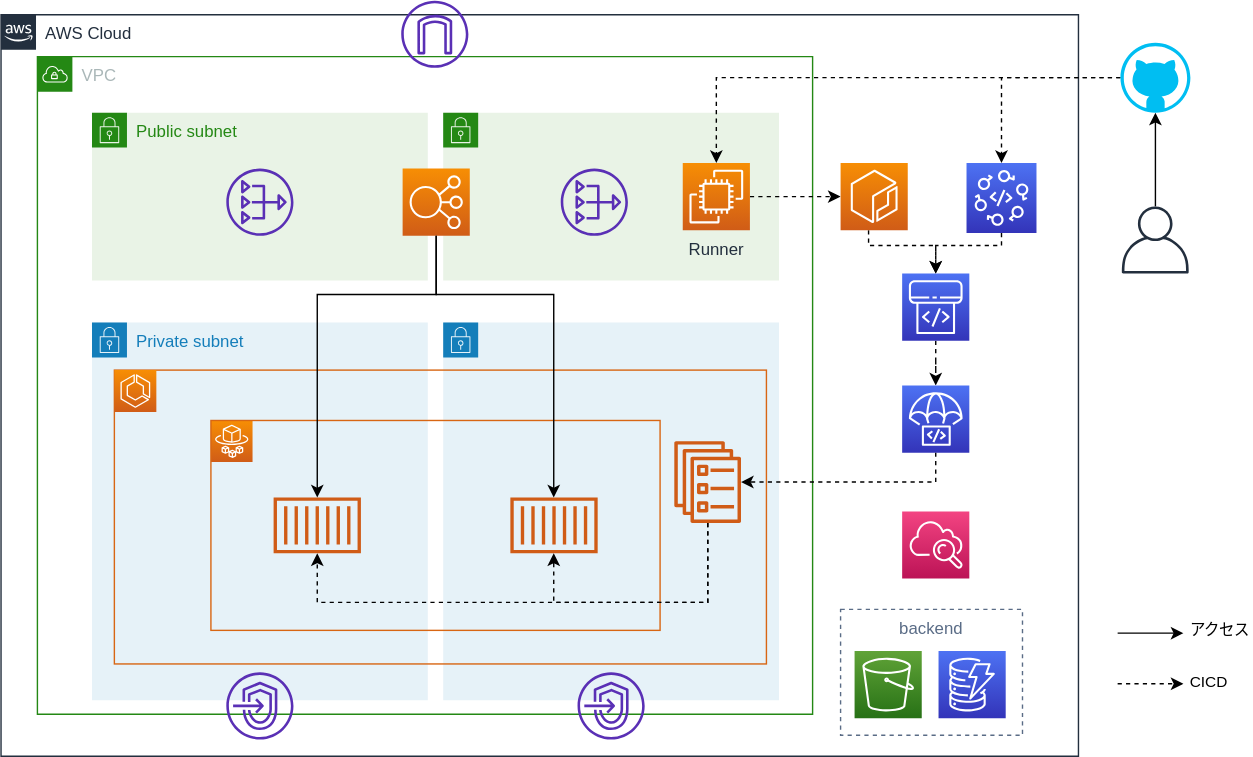
Before: documents/images/aws.drawio.svg, a diagram exported from draw.io (cnc4e/ecs-cicd-github). Source tidied: cells renumbered, new cells last; positions are measured from the earlier drawing's top-left corner, leaving out a move shared by most shapes.
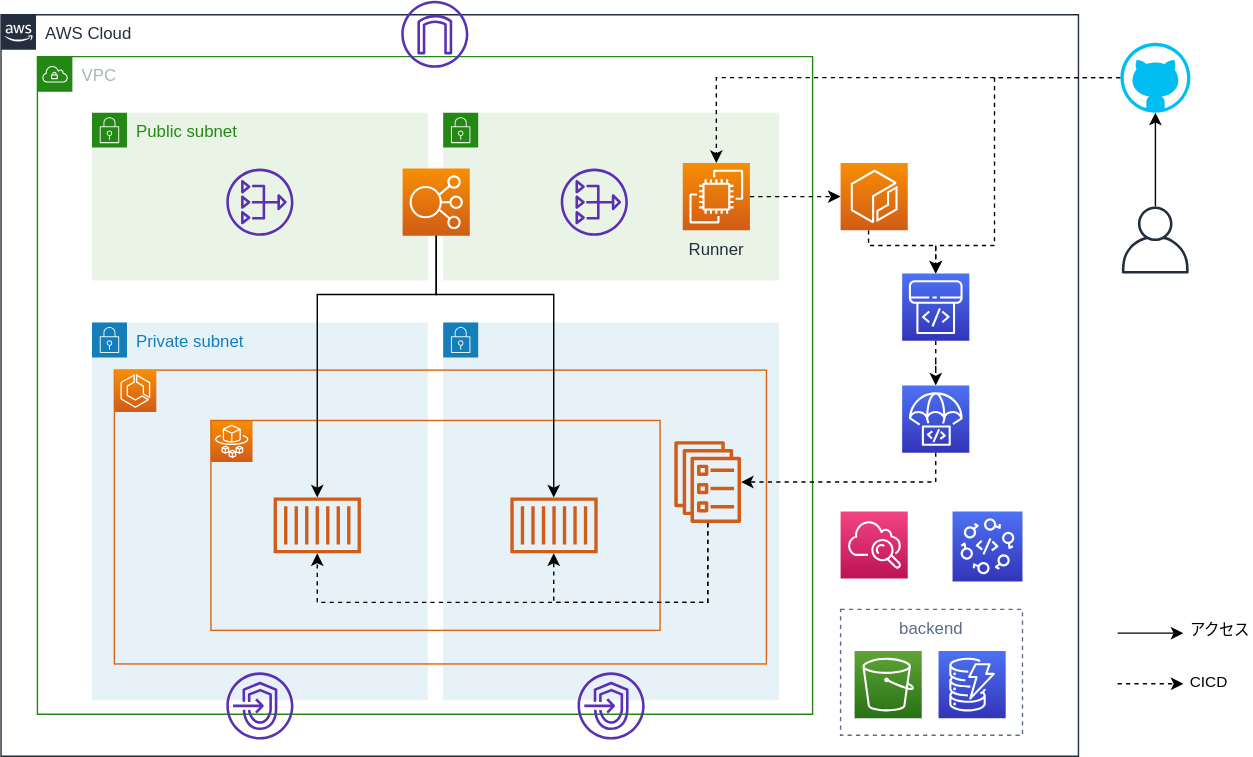
The same diagram one commit later.

Change to the diagram source:
```diff
@@ -144,7 +144,7 @@
       <mxGeometry x="412" y="480" width="48" height="48" as="geometry" />
     </mxCell>
     <mxCell id="36" style="fontColor=#232F3E;gradientColor=#F34482;gradientDirection=north;fillColor=#BC1356;strokeColor=#ffffff;dashed=0;verticalLabelPosition=bottom;verticalAlign=top;align=center;html=1;fontSize=12;fontStyle=0;shape=mxgraph.aws4.resourceIcon;resIcon=mxgraph.aws4.cloudwatch;flipV=0;" parent="1" vertex="1">
-      <mxGeometry x="644" y="365" width="48" height="48" as="geometry" />
+      <mxGeometry x="600" y="365" width="48" height="48" as="geometry" />
     </mxCell>
     <mxCell id="37" style="fontColor=#232F3E;gradientColor=none;fillColor=#5A30B5;strokeColor=none;dashed=0;verticalLabelPosition=bottom;verticalAlign=top;align=center;html=1;fontSize=12;fontStyle=0;shape=mxgraph.aws4.nat_gateway;" parent="1" vertex="1">
       <mxGeometry x="400" y="120" width="48" height="48" as="geometry" />
@@ -170,8 +170,14 @@
     <mxCell id="44" style="edgeStyle=orthogonalEdgeStyle;rounded=0;jettySize=auto;html=1;dashed=1;" parent="1" edge="1" source="46" target="47">
       <mxGeometry relative="1" as="geometry" />
     </mxCell>
-    <mxCell id="45" style="edgeStyle=orthogonalEdgeStyle;rounded=0;jettySize=auto;html=1;dashed=1;entryX=0.5;entryY=0;entryDx=0;entryDy=0;entryPerimeter=0;" parent="1" edge="1" source="46" target="49">
-      <mxGeometry relative="1" as="geometry" />
+    <mxCell id="45" style="edgeStyle=orthogonalEdgeStyle;rounded=0;jettySize=auto;html=1;dashed=1;" parent="1" edge="1" source="46" target="10">
+      <mxGeometry relative="1" as="geometry">
+        <Array as="points">
+          <mxPoint x="710" y="55" />
+          <mxPoint x="710" y="175" />
+          <mxPoint x="668" y="175" />
+        </Array>
+      </mxGeometry>
     </mxCell>
     <mxCell id="46" style="verticalLabelPosition=bottom;html=1;verticalAlign=top;align=center;strokeColor=none;fillColor=#00BEF2;shape=mxgraph.azure.github_code;" parent="1" vertex="1">
       <mxGeometry x="800" y="30" width="50" height="50" as="geometry" />
@@ -179,16 +185,8 @@
     <mxCell id="47" value="Runner" style="outlineConnect=0;fontColor=#232F3E;gradientColor=#F78E04;gradientDirection=north;fillColor=#D05C17;strokeColor=#ffffff;dashed=0;verticalLabelPosition=bottom;verticalAlign=top;align=center;html=1;fontSize=12;fontStyle=0;shape=mxgraph.aws4.resourceIcon;resIcon=mxgraph.aws4.ec2;" parent="1" vertex="1">
       <mxGeometry x="487.2" y="116" width="48" height="48" as="geometry" />
     </mxCell>
-    <mxCell id="48" style="edgeStyle=orthogonalEdgeStyle;rounded=0;jettySize=auto;html=1;dashed=1;" parent="1" edge="1" source="49" target="10">
-      <mxGeometry relative="1" as="geometry">
-        <Array as="points">
-          <mxPoint x="715" y="175" />
-          <mxPoint x="668" y="175" />
-        </Array>
-      </mxGeometry>
-    </mxCell>
     <mxCell id="49" style="points=[[0,0,0],[0.25,0,0],[0.5,0,0],[0.75,0,0],[1,0,0],[0,1,0],[0.25,1,0],[0.5,1,0],[0.75,1,0],[1,1,0],[0,0.25,0],[0,0.5,0],[0,0.75,0],[1,0.25,0],[1,0.5,0],[1,0.75,0]];outlineConnect=0;fontColor=#232F3E;gradientColor=#4D72F3;gradientDirection=north;fillColor=#3334B9;strokeColor=#ffffff;dashed=0;verticalLabelPosition=bottom;verticalAlign=top;align=center;html=1;fontSize=12;fontStyle=0;shape=mxgraph.aws4.resourceIcon;resIcon=mxgraph.aws4.codestar;" parent="1" vertex="1">
-      <mxGeometry x="690" y="116" width="50" height="50" as="geometry" />
+      <mxGeometry x="680" y="365" width="50" height="50" as="geometry" />
     </mxCell>
   </root>
 </mxGraphModel>
```
